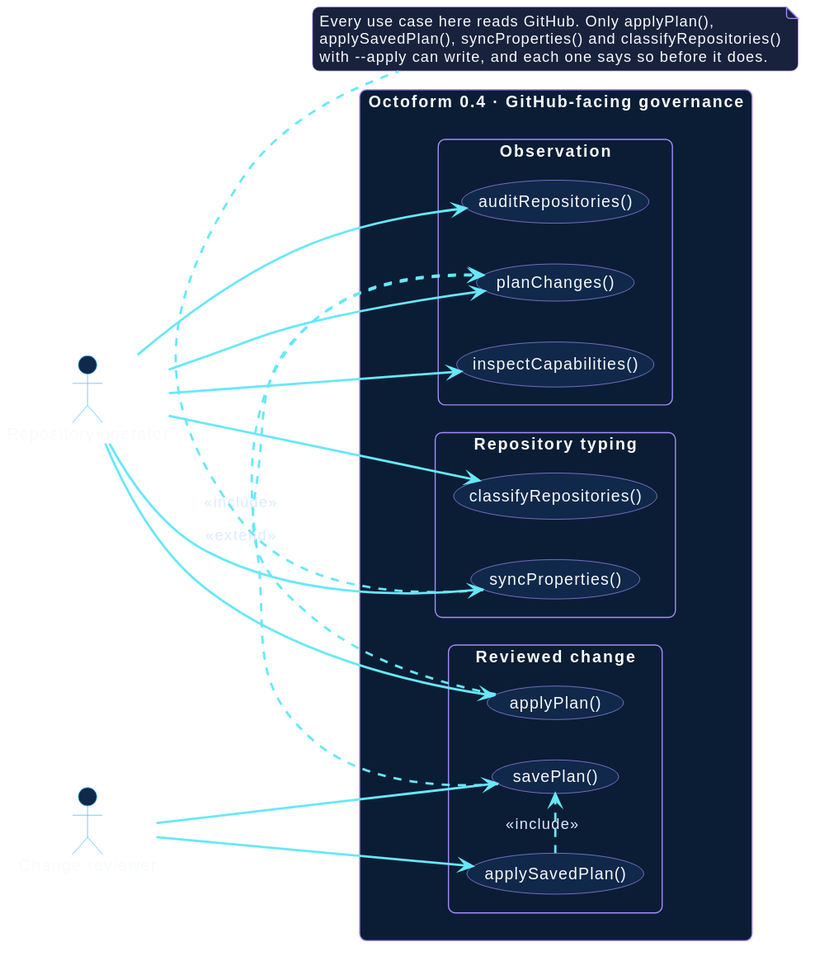
Earlier version of the PlantUML export docs/assets/diagrams/governance-use-cases.svg (hector-ae21/octoform-docs). Source of this version:
```plantuml
@startuml
!include _theme.iuml
left to right direction

actor "Repository operator" as Operator
actor "Change reviewer" as Reviewer

rectangle "Octoform 0.4 · GitHub-facing governance" {
  package "Observation" {
    usecase "inspectCapabilities()" as Capabilities
    usecase "auditRepositories()" as Audit
    usecase "planChanges()" as Plan
  }
  package "Reviewed change" {
    usecase "savePlan()" as Save
    usecase "applyPlan()" as Apply
    usecase "applySavedPlan()" as ApplySaved
  }
  package "Repository typing" {
    usecase "classifyRepositories()" as Classify
    usecase "syncProperties()" as Properties
  }
}

Operator --> Capabilities
Operator --> Audit
Operator --> Plan
Operator --> Apply
Operator --> Classify
Operator --> Properties
Reviewer --> Save
Reviewer --> ApplySaved

Save .> Plan : <<extend>>
Apply .> Plan : <<include>>
ApplySaved .> Save : <<include>>

note bottom of Properties
  Every use case here reads GitHub. Only applyPlan(),
  applySavedPlan(), syncProperties() and classifyRepositories()
  with --apply can write, and each one says so before it does.
end note
@enduml
```
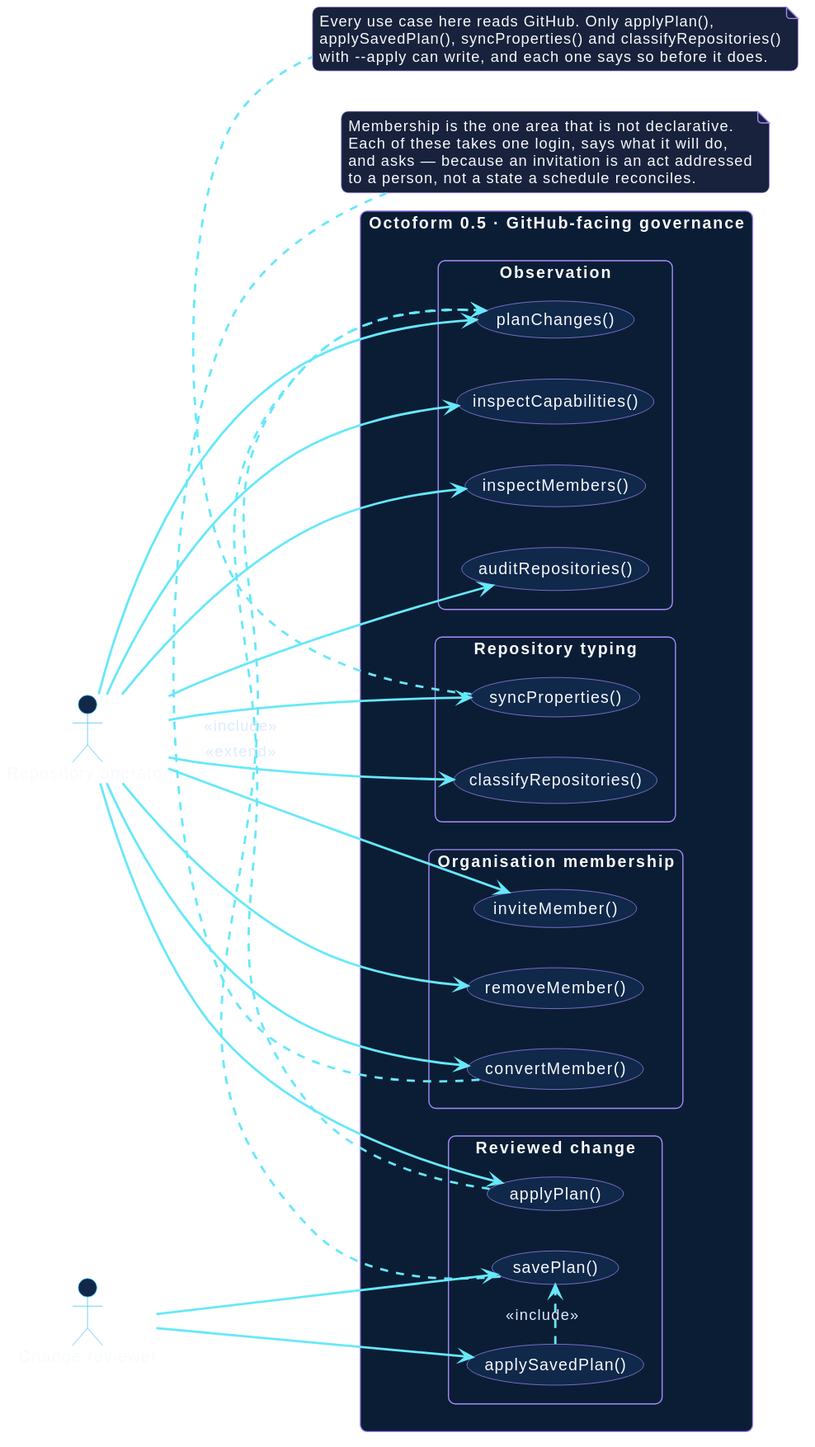
The same diagram one commit later.

The edit, as a diff of the source:
```diff
@@ -5,9 +5,10 @@
 actor "Repository operator" as Operator
 actor "Change reviewer" as Reviewer
 
-rectangle "Octoform 0.4 · GitHub-facing governance" {
+rectangle "Octoform 0.5 · GitHub-facing governance" {
   package "Observation" {
     usecase "inspectCapabilities()" as Capabilities
+    usecase "inspectMembers()" as Members
     usecase "auditRepositories()" as Audit
     usecase "planChanges()" as Plan
   }
@@ -20,14 +21,23 @@
     usecase "classifyRepositories()" as Classify
     usecase "syncProperties()" as Properties
   }
+  package "Organisation membership" {
+    usecase "inviteMember()" as Invite
+    usecase "removeMember()" as Remove
+    usecase "convertMember()" as Convert
+  }
 }
 
 Operator --> Capabilities
+Operator --> Members
 Operator --> Audit
 Operator --> Plan
 Operator --> Apply
 Operator --> Classify
 Operator --> Properties
+Operator --> Invite
+Operator --> Remove
+Operator --> Convert
 Reviewer --> Save
 Reviewer --> ApplySaved
 
@@ -40,4 +50,11 @@
   applySavedPlan(), syncProperties() and classifyRepositories()
   with --apply can write, and each one says so before it does.
 end note
+
+note bottom of Convert
+  Membership is the one area that is not declarative.
+  Each of these takes one login, says what it will do,
+  and asks — because an invitation is an act addressed
+  to a person, not a state a schedule reconciles.
+end note
 @enduml
```
